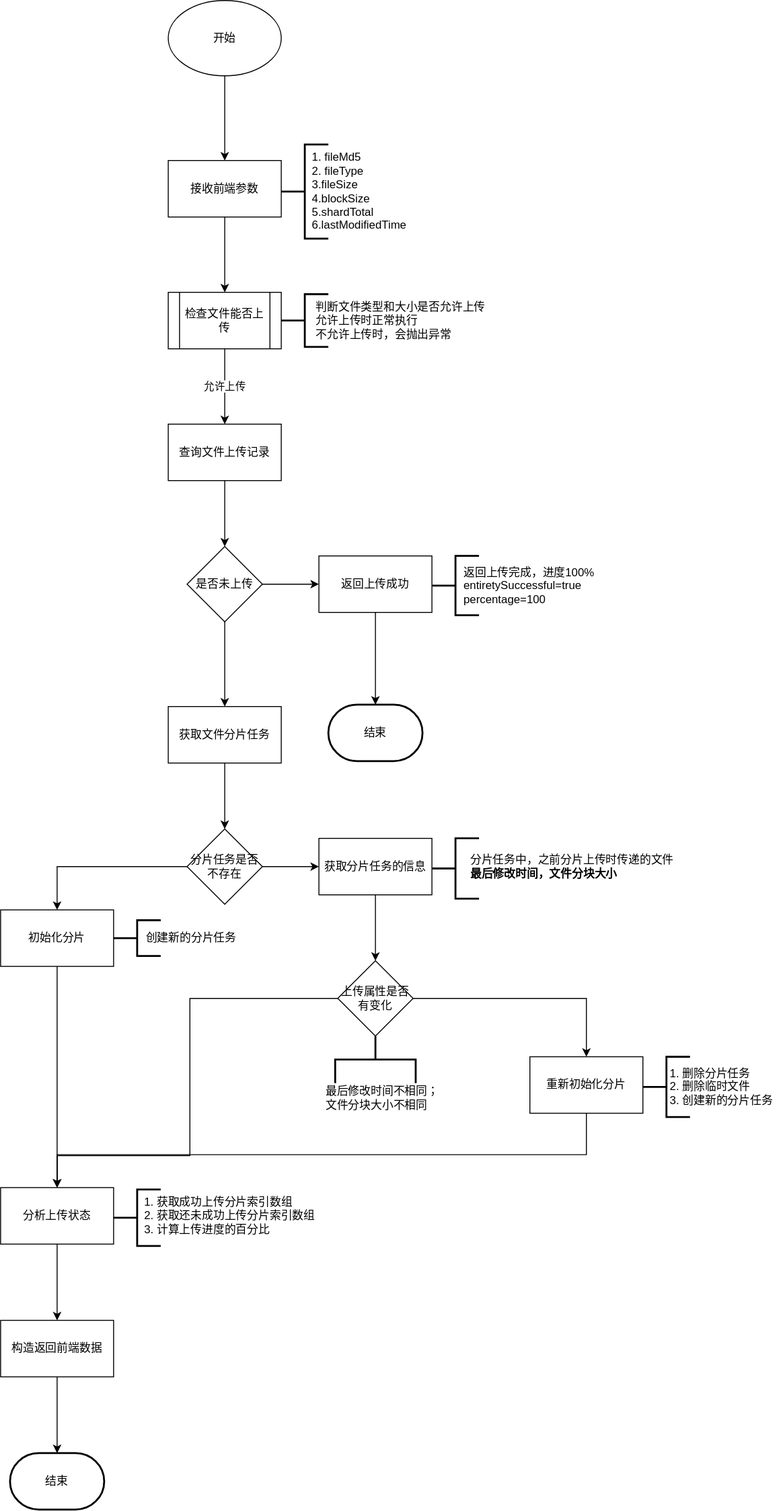
GitHubFeiLong/goudong-java keeps this draw.io diagram as goudong-file-server/README.assets/分片上传前预检流程图.svg. Above is the earlier version. Source tidied: cells renumbered, new cells last; positions are measured from the earlier drawing's top-left corner, leaving out a move shared by most shapes. Source of this version:
```xml
<mxGraphModel>
  <root>
    <mxCell id="0" />
    <mxCell id="1" parent="0" />
    <mxCell id="2" style="edgeStyle=orthogonalEdgeStyle;rounded=0;jettySize=auto;html=1;" parent="1" edge="1" source="3" target="5">
      <mxGeometry relative="1" as="geometry" />
    </mxCell>
    <mxCell id="3" value="开始" style="ellipse;whiteSpace=wrap;html=1;" parent="1" vertex="1">
      <mxGeometry x="178" width="120" height="80" as="geometry" />
    </mxCell>
    <mxCell id="4" style="edgeStyle=orthogonalEdgeStyle;rounded=0;jettySize=auto;html=1;" parent="1" edge="1" source="5" target="9">
      <mxGeometry relative="1" as="geometry" />
    </mxCell>
    <mxCell id="5" value="接收前端参数" style="whiteSpace=wrap;html=1;" parent="1" vertex="1">
      <mxGeometry x="178" y="170" width="120" height="60" as="geometry" />
    </mxCell>
    <mxCell id="6" style="strokeWidth=2;html=1;shape=mxgraph.flowchart.annotation_2;align=left;labelPosition=right;" parent="1" vertex="1">
      <mxGeometry x="298" y="153" width="50" height="100" as="geometry" />
    </mxCell>
    <mxCell id="7" value="&lt;span&gt;1. fileMd5&lt;br&gt;&lt;/span&gt;2.&amp;nbsp;fileType&lt;br&gt;3.fileSize&lt;br&gt;4.blockSize&lt;br&gt;5.shardTotal&lt;br&gt;6.lastModifiedTime" style="text;html=1;strokeColor=none;fillColor=none;align=left;verticalAlign=middle;whiteSpace=wrap;rounded=0;" parent="1" vertex="1">
      <mxGeometry x="329" y="156.8" width="113" height="92.5" as="geometry" />
    </mxCell>
    <mxCell id="8" value="允许上传" style="edgeStyle=orthogonalEdgeStyle;rounded=0;jettySize=auto;html=1;" parent="1" edge="1" source="9" target="11">
      <mxGeometry relative="1" as="geometry" />
    </mxCell>
    <mxCell id="9" value="检查文件能否上传" style="shape=process;whiteSpace=wrap;html=1;backgroundOutline=1;" parent="1" vertex="1">
      <mxGeometry x="178" y="310" width="120" height="60" as="geometry" />
    </mxCell>
    <mxCell id="10" style="edgeStyle=orthogonalEdgeStyle;rounded=0;jettySize=auto;html=1;" parent="1" edge="1" source="11" target="14">
      <mxGeometry relative="1" as="geometry" />
    </mxCell>
    <mxCell id="11" value="查询文件上传记录" style="whiteSpace=wrap;html=1;" parent="1" vertex="1">
      <mxGeometry x="178" y="450" width="120" height="60" as="geometry" />
    </mxCell>
    <mxCell id="12" style="edgeStyle=orthogonalEdgeStyle;rounded=0;jettySize=auto;html=1;" parent="1" edge="1" source="14" target="16">
      <mxGeometry relative="1" as="geometry" />
    </mxCell>
    <mxCell id="13" style="edgeStyle=orthogonalEdgeStyle;rounded=0;jettySize=auto;html=1;" parent="1" edge="1" source="14" target="18">
      <mxGeometry relative="1" as="geometry" />
    </mxCell>
    <mxCell id="14" value="是否未上传" style="rhombus;whiteSpace=wrap;html=1;" parent="1" vertex="1">
      <mxGeometry x="198" y="580" width="80" height="80" as="geometry" />
    </mxCell>
    <mxCell id="15" style="edgeStyle=orthogonalEdgeStyle;rounded=0;jettySize=auto;html=1;" parent="1" edge="1" source="16" target="24">
      <mxGeometry relative="1" as="geometry" />
    </mxCell>
    <mxCell id="16" value="获取文件分片任务" style="whiteSpace=wrap;html=1;" parent="1" vertex="1">
      <mxGeometry x="178" y="750" width="120" height="60" as="geometry" />
    </mxCell>
    <mxCell id="17" style="edgeStyle=orthogonalEdgeStyle;rounded=0;jettySize=auto;html=1;" parent="1" edge="1" source="18" target="19">
      <mxGeometry relative="1" as="geometry" />
    </mxCell>
    <mxCell id="18" value="返回上传成功" style="whiteSpace=wrap;html=1;" parent="1" vertex="1">
      <mxGeometry x="338" y="590" width="120" height="60" as="geometry" />
    </mxCell>
    <mxCell id="19" value="结束" style="strokeWidth=2;html=1;shape=mxgraph.flowchart.terminator;whiteSpace=wrap;" parent="1" vertex="1">
      <mxGeometry x="348" y="748" width="100" height="60" as="geometry" />
    </mxCell>
    <mxCell id="20" style="strokeWidth=2;html=1;shape=mxgraph.flowchart.annotation_2;align=left;labelPosition=right;" parent="1" vertex="1">
      <mxGeometry x="458" y="590" width="50" height="63" as="geometry" />
    </mxCell>
    <mxCell id="21" value="返回上传完成，进度100%&lt;br&gt;entiretySuccessful=true&lt;br&gt;percentage=100" style="text;html=1;align=left;verticalAlign=middle;" parent="1" vertex="1">
      <mxGeometry x="490" y="598.5" width="149" height="46" as="geometry" />
    </mxCell>
    <mxCell id="22" style="edgeStyle=orthogonalEdgeStyle;rounded=0;jettySize=auto;html=1;" parent="1" edge="1" source="24" target="26">
      <mxGeometry relative="1" as="geometry" />
    </mxCell>
    <mxCell id="23" style="edgeStyle=orthogonalEdgeStyle;rounded=0;jettySize=auto;html=1;" parent="1" edge="1" source="24" target="28">
      <mxGeometry relative="1" as="geometry" />
    </mxCell>
    <mxCell id="24" value="分片任务是否不存在" style="rhombus;whiteSpace=wrap;html=1;" parent="1" vertex="1">
      <mxGeometry x="198" y="880" width="80" height="80" as="geometry" />
    </mxCell>
    <mxCell id="25" style="edgeStyle=orthogonalEdgeStyle;rounded=0;jettySize=auto;html=1;" parent="1" edge="1" source="26" target="43">
      <mxGeometry relative="1" as="geometry" />
    </mxCell>
    <mxCell id="26" value="初始化分片" style="whiteSpace=wrap;html=1;" parent="1" vertex="1">
      <mxGeometry y="966" width="120" height="60" as="geometry" />
    </mxCell>
    <mxCell id="27" style="edgeStyle=orthogonalEdgeStyle;rounded=0;jettySize=auto;html=1;" parent="1" edge="1" source="28" target="33">
      <mxGeometry relative="1" as="geometry" />
    </mxCell>
    <mxCell id="28" value="获取分片任务的信息" style="whiteSpace=wrap;html=1;" parent="1" vertex="1">
      <mxGeometry x="338" y="890" width="120" height="60" as="geometry" />
    </mxCell>
    <mxCell id="29" style="strokeWidth=2;html=1;shape=mxgraph.flowchart.annotation_2;align=left;labelPosition=right;" parent="1" vertex="1">
      <mxGeometry x="458" y="890" width="50" height="64" as="geometry" />
    </mxCell>
    <mxCell id="30" value="分片任务中，之前分片上传时传递的文件&lt;br&gt;&lt;b&gt;最后修改时间，文件分块大小&lt;/b&gt;" style="text;html=1;align=left;verticalAlign=middle;" parent="1" vertex="1">
      <mxGeometry x="497" y="904" width="226" height="32" as="geometry" />
    </mxCell>
    <mxCell id="31" style="edgeStyle=orthogonalEdgeStyle;rounded=0;jettySize=auto;html=1;entryX=0.5;entryY=0;entryDx=0;entryDy=0;" parent="1" edge="1" source="33" target="43">
      <mxGeometry relative="1" as="geometry">
        <Array as="points">
          <mxPoint x="201" y="1060" />
          <mxPoint x="201" y="1227" />
          <mxPoint x="60" y="1227" />
        </Array>
      </mxGeometry>
    </mxCell>
    <mxCell id="32" style="edgeStyle=orthogonalEdgeStyle;rounded=0;jettySize=auto;html=1;" parent="1" edge="1" source="33" target="37">
      <mxGeometry relative="1" as="geometry" />
    </mxCell>
    <mxCell id="33" value="上传属性是否有变化" style="rhombus;whiteSpace=wrap;html=1;" parent="1" vertex="1">
      <mxGeometry x="358" y="1020" width="80" height="80" as="geometry" />
    </mxCell>
    <mxCell id="34" style="strokeWidth=2;html=1;shape=mxgraph.flowchart.annotation_2;align=left;labelPosition=right;direction=south;" parent="1" vertex="1">
      <mxGeometry x="355.2" y="1100" width="85.5" height="50" as="geometry" />
    </mxCell>
    <mxCell id="35" value="&lt;div style=&quot;text-align: left&quot;&gt;&lt;span&gt;最后修改时间不相同；&lt;/span&gt;&lt;/div&gt;&lt;div style=&quot;text-align: left&quot;&gt;&lt;span&gt;文件分块大小不相同&lt;/span&gt;&lt;/div&gt;" style="text;html=1;align=center;verticalAlign=middle;" parent="1" vertex="1">
      <mxGeometry x="340" y="1150" width="130" height="32" as="geometry" />
    </mxCell>
    <mxCell id="36" style="edgeStyle=orthogonalEdgeStyle;rounded=0;jettySize=auto;html=1;entryX=0.5;entryY=0;entryDx=0;entryDy=0;" parent="1" edge="1" source="37" target="43">
      <mxGeometry relative="1" as="geometry">
        <Array as="points">
          <mxPoint x="622" y="1226" />
          <mxPoint x="60" y="1226" />
        </Array>
      </mxGeometry>
    </mxCell>
    <mxCell id="37" value="重新初始化分片" style="whiteSpace=wrap;html=1;" parent="1" vertex="1">
      <mxGeometry x="562" y="1122" width="120" height="60" as="geometry" />
    </mxCell>
    <mxCell id="38" style="strokeWidth=2;html=1;shape=mxgraph.flowchart.annotation_2;align=left;labelPosition=right;" parent="1" vertex="1">
      <mxGeometry x="682" y="1122" width="50" height="64" as="geometry" />
    </mxCell>
    <mxCell id="39" value="1. 删除分片任务&lt;br&gt;2. 删除临时文件&lt;br&gt;3. 创建新的分片任务" style="text;html=1;align=left;verticalAlign=middle;" parent="1" vertex="1">
      <mxGeometry x="709" y="1131" width="119" height="46" as="geometry" />
    </mxCell>
    <mxCell id="40" style="strokeWidth=2;html=1;shape=mxgraph.flowchart.annotation_2;align=left;labelPosition=right;" parent="1" vertex="1">
      <mxGeometry x="120" y="977" width="50" height="38" as="geometry" />
    </mxCell>
    <mxCell id="41" value="创建新的分片任务" style="text;html=1;align=center;verticalAlign=middle;" parent="1" vertex="1">
      <mxGeometry x="149" y="987" width="106" height="18" as="geometry" />
    </mxCell>
    <mxCell id="42" style="edgeStyle=orthogonalEdgeStyle;rounded=0;jettySize=auto;html=1;" parent="1" edge="1" source="43" target="45">
      <mxGeometry relative="1" as="geometry" />
    </mxCell>
    <mxCell id="43" value="分析上传状态" style="whiteSpace=wrap;html=1;" parent="1" vertex="1">
      <mxGeometry y="1261" width="120" height="60" as="geometry" />
    </mxCell>
    <mxCell id="44" style="edgeStyle=orthogonalEdgeStyle;rounded=0;jettySize=auto;html=1;" parent="1" edge="1" source="45" target="46">
      <mxGeometry relative="1" as="geometry" />
    </mxCell>
    <mxCell id="45" value="构造返回前端数据" style="rounded=0;whiteSpace=wrap;html=1;" parent="1" vertex="1">
      <mxGeometry y="1402" width="120" height="60" as="geometry" />
    </mxCell>
    <mxCell id="46" value="结束" style="strokeWidth=2;html=1;shape=mxgraph.flowchart.terminator;whiteSpace=wrap;" parent="1" vertex="1">
      <mxGeometry x="10" y="1543" width="100" height="60" as="geometry" />
    </mxCell>
    <mxCell id="47" style="strokeWidth=2;html=1;shape=mxgraph.flowchart.annotation_2;align=left;labelPosition=right;" parent="1" vertex="1">
      <mxGeometry x="120" y="1263" width="50" height="60" as="geometry" />
    </mxCell>
    <mxCell id="48" value="&lt;div style=&quot;text-align: left&quot;&gt;&lt;span&gt;1. 获取成功上传分片索引数组&lt;/span&gt;&lt;/div&gt;&lt;div style=&quot;text-align: left&quot;&gt;&lt;span&gt;2. 获取还未成功上传分片索引数组&lt;/span&gt;&lt;/div&gt;&lt;div style=&quot;text-align: left&quot;&gt;&lt;span&gt;3. 计算上传进度的百分比&lt;/span&gt;&lt;/div&gt;" style="text;html=1;align=center;verticalAlign=middle;" parent="1" vertex="1">
      <mxGeometry x="147" y="1268" width="191" height="46" as="geometry" />
    </mxCell>
    <mxCell id="49" style="strokeWidth=2;html=1;shape=mxgraph.flowchart.annotation_2;align=left;labelPosition=right;" parent="1" vertex="1">
      <mxGeometry x="298" y="312" width="50" height="56" as="geometry" />
    </mxCell>
    <mxCell id="50" value="判断文件类型和大小是否允许上传&lt;br&gt;允许上传时正常执行&lt;br&gt;不允许上传时，会抛出异常" style="text;html=1;align=left;verticalAlign=middle;" parent="1" vertex="1">
      <mxGeometry x="333" y="317" width="190" height="46" as="geometry" />
    </mxCell>
  </root>
</mxGraphModel>
```
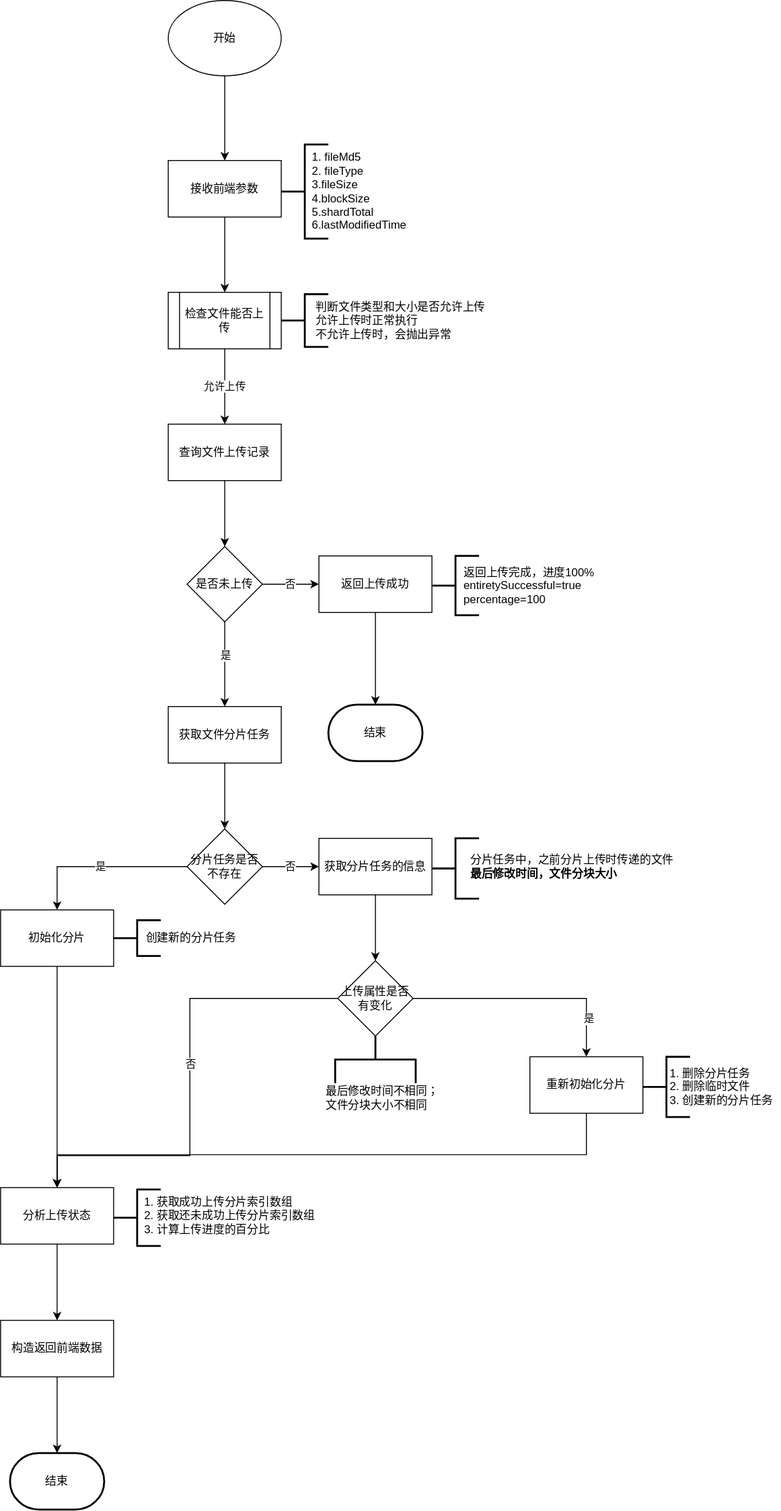
The same diagram one commit later.

Change to the diagram source:
```diff
@@ -35,7 +35,10 @@
     <mxCell id="12" style="edgeStyle=orthogonalEdgeStyle;rounded=0;jettySize=auto;html=1;" parent="1" edge="1" source="14" target="16">
       <mxGeometry relative="1" as="geometry" />
     </mxCell>
+    <mxCell id="51" value="是" style="edgeLabel;html=1;align=center;verticalAlign=middle;" parent="12" vertex="1">
+      <mxGeometry x="-0.22" relative="1" as="geometry" />
+    </mxCell>
-    <mxCell id="13" style="edgeStyle=orthogonalEdgeStyle;rounded=0;jettySize=auto;html=1;" parent="1" edge="1" source="14" target="18">
+    <mxCell id="13" value="否" style="edgeStyle=orthogonalEdgeStyle;rounded=0;jettySize=auto;html=1;" parent="1" edge="1" source="14" target="18">
       <mxGeometry relative="1" as="geometry" />
     </mxCell>
     <mxCell id="14" value="是否未上传" style="rhombus;whiteSpace=wrap;html=1;" parent="1" vertex="1">
@@ -62,10 +65,10 @@
     <mxCell id="21" value="返回上传完成，进度100%&lt;br&gt;entiretySuccessful=true&lt;br&gt;percentage=100" style="text;html=1;align=left;verticalAlign=middle;" parent="1" vertex="1">
       <mxGeometry x="490" y="598.5" width="149" height="46" as="geometry" />
     </mxCell>
-    <mxCell id="22" style="edgeStyle=orthogonalEdgeStyle;rounded=0;jettySize=auto;html=1;" parent="1" edge="1" source="24" target="26">
+    <mxCell id="22" value="是" style="edgeStyle=orthogonalEdgeStyle;rounded=0;jettySize=auto;html=1;" parent="1" edge="1" source="24" target="26">
       <mxGeometry relative="1" as="geometry" />
     </mxCell>
-    <mxCell id="23" style="edgeStyle=orthogonalEdgeStyle;rounded=0;jettySize=auto;html=1;" parent="1" edge="1" source="24" target="28">
+    <mxCell id="23" value="否" style="edgeStyle=orthogonalEdgeStyle;rounded=0;jettySize=auto;html=1;" parent="1" edge="1" source="24" target="28">
       <mxGeometry relative="1" as="geometry" />
     </mxCell>
     <mxCell id="24" value="分片任务是否不存在" style="rhombus;whiteSpace=wrap;html=1;" parent="1" vertex="1">
@@ -98,9 +101,15 @@
         </Array>
       </mxGeometry>
     </mxCell>
+    <mxCell id="52" value="否" style="edgeLabel;html=1;align=center;verticalAlign=middle;" parent="31" vertex="1">
+      <mxGeometry x="-0.09" relative="1" as="geometry" />
+    </mxCell>
     <mxCell id="32" style="edgeStyle=orthogonalEdgeStyle;rounded=0;jettySize=auto;html=1;" parent="1" edge="1" source="33" target="37">
       <mxGeometry relative="1" as="geometry" />
     </mxCell>
+    <mxCell id="53" value="是" style="edgeLabel;html=1;align=center;verticalAlign=middle;" parent="32" vertex="1">
+      <mxGeometry x="0.67" y="2" relative="1" as="geometry" />
+    </mxCell>
     <mxCell id="33" value="上传属性是否有变化" style="rhombus;whiteSpace=wrap;html=1;" parent="1" vertex="1">
       <mxGeometry x="358" y="1020" width="80" height="80" as="geometry" />
     </mxCell>
```
